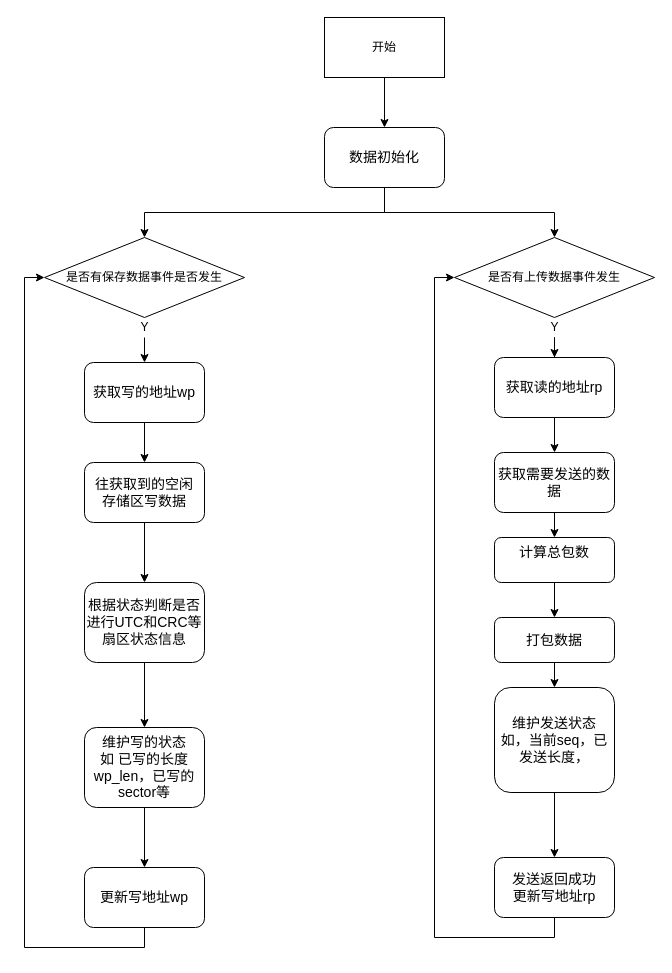
The draw.io diagram page "Page-1" (1 of 3) of P3.drawio in blackfalsehood/mycode, before the edit. Source tidied: cells renumbered, new cells numbered last; positions are measured from the earlier drawing's top-left corner, leaving out a move shared by most shapes. Both pictures are drawn from the tidied source at 100%, with x=0, y=0 at pixel (44, 17).
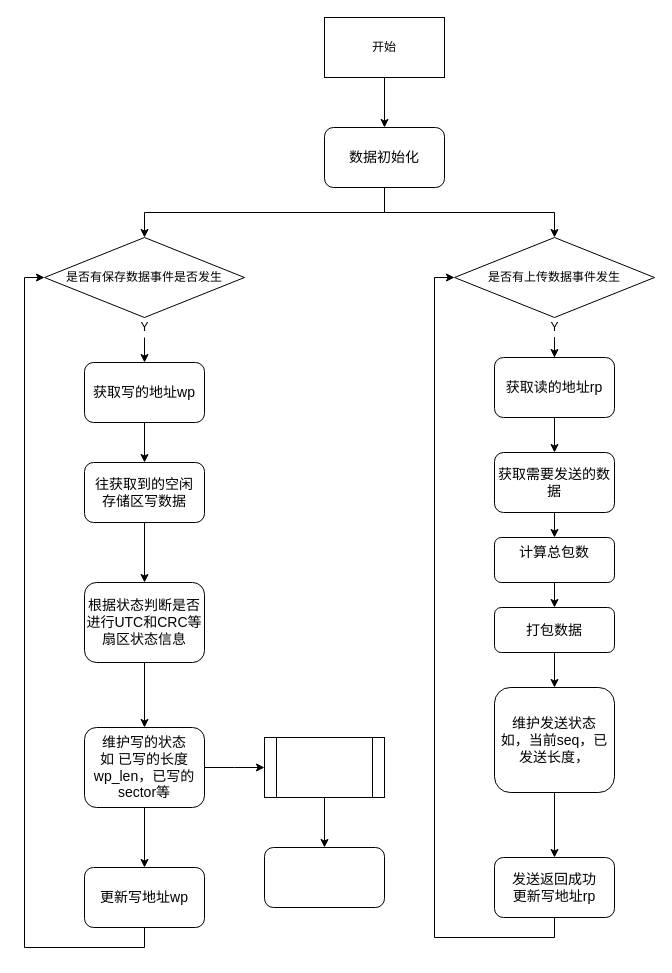
The same diagram, later.

Unchanged cells that the change refers to:
```xml
<mxCell id="34" value="&lt;span style=&quot;font-size: 14px&quot;&gt;维护写的状态&lt;br&gt;如 已写的长度wp_len，已写的sector等&lt;br&gt;&lt;/span&gt;" style="rounded=1;whiteSpace=wrap;html=1;" parent="1" vertex="1">
  <mxGeometry x="40" y="710" width="120" height="80" as="geometry" />
</mxCell>
```

What changed in the source:
```diff
@@
+    <mxCell id="37" style="edgeStyle=orthogonalEdgeStyle;rounded=0;jettySize=auto;html=1;exitX=1;exitY=0.5;exitDx=0;exitDy=0;" parent="1" edge="1" source="34">
+      <mxGeometry relative="1" as="geometry">
+        <mxPoint x="220" y="750" as="targetPoint" />
+      </mxGeometry>
+    </mxCell>
@@
     <mxCell id="36" value="&lt;span style=&quot;font-size: 14px&quot;&gt;打包数据&lt;br&gt;&lt;/span&gt;" style="rounded=1;whiteSpace=wrap;html=1;" parent="1" vertex="1">
-      <mxGeometry x="450" y="600" width="120" height="45" as="geometry" />
+      <mxGeometry x="450" y="590" width="120" height="45" as="geometry" />
     </mxCell>
+    <mxCell id="38" style="edgeStyle=orthogonalEdgeStyle;rounded=0;jettySize=auto;html=1;" parent="1" edge="1" source="39" target="40">
+      <mxGeometry relative="1" as="geometry" />
+    </mxCell>
+    <mxCell id="39" style="shape=process;whiteSpace=wrap;html=1;backgroundOutline=1;" parent="1" vertex="1">
+      <mxGeometry x="220" y="720" width="120" height="60" as="geometry" />
+    </mxCell>
+    <mxCell id="40" style="rounded=1;whiteSpace=wrap;html=1;" parent="1" vertex="1">
+      <mxGeometry x="220" y="830" width="120" height="60" as="geometry" />
+    </mxCell>
```
